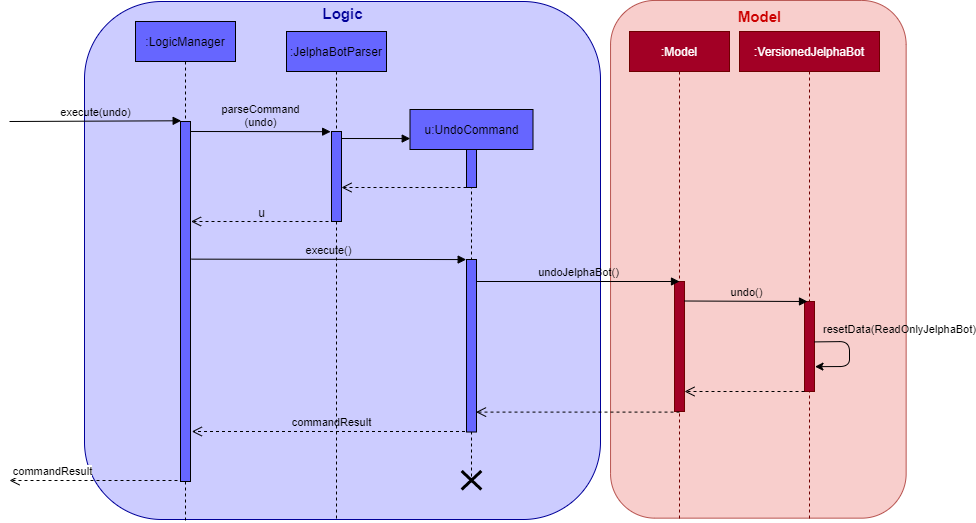
AY1920S2-CS2103-F09-2/main keeps this draw.io diagram as images/UndoSequenceDiagram.png. Above is the earlier version. Source tidied: cells renumbered, new cells last; positions are measured from the earlier drawing's top-left corner, leaving out a move shared by most shapes. Its diagram source:
```xml
<mxGraphModel background="#ffffff">
  <root>
    <mxCell id="0" />
    <mxCell id="1" parent="0" />
    <mxCell id="2" style="rounded=1;whiteSpace=wrap;html=1;shadow=0;fillColor=#CCCCFF;strokeColor=#000099;" parent="1" vertex="1">
      <mxGeometry x="75" width="516" height="518" as="geometry" />
    </mxCell>
    <mxCell id="3" style="rounded=1;whiteSpace=wrap;html=1;shadow=0;rotation=-90;fillColor=#f8cecc;strokeColor=#b85450;" parent="1" vertex="1">
      <mxGeometry x="490" y="110" width="517.7" height="295.6" as="geometry" />
    </mxCell>
    <mxCell id="4" value="execute(undo)" style="html=1;verticalAlign=bottom;endArrow=block;fillColor=#4D9900;entryX=0.067;entryY=-0.002;entryDx=0;entryDy=0;entryPerimeter=0;labelBackgroundColor=none;" parent="1" edge="1" target="23">
      <mxGeometry relative="1" as="geometry">
        <mxPoint y="120" as="sourcePoint" />
      </mxGeometry>
    </mxCell>
    <mxCell id="5" value="commandResult" style="html=1;verticalAlign=bottom;endArrow=open;dashed=1;endSize=8;fillColor=#4D9900;labelBackgroundColor=none;" parent="1" edge="1">
      <mxGeometry relative="1" as="geometry">
        <mxPoint x="461.5" y="430" as="sourcePoint" />
        <mxPoint x="182.3" y="430" as="targetPoint" />
      </mxGeometry>
    </mxCell>
    <mxCell id="6" value="&lt;font color=&quot;#000099&quot; size=&quot;1&quot;&gt;&lt;b style=&quot;font-size: 15px&quot;&gt;Logic&lt;/b&gt;&lt;/font&gt;" style="text;html=1;align=center;verticalAlign=middle;" parent="1" vertex="1">
      <mxGeometry x="303" y="2" width="60" height="20" as="geometry" />
    </mxCell>
    <mxCell id="7" value=":JelphaBotParser" style="shape=umlLifeline;perimeter=lifelinePerimeter;whiteSpace=wrap;html=1;shadow=0;fillColor=#6666FF;" parent="1" vertex="1">
      <mxGeometry x="277" y="30" width="100" height="488" as="geometry" />
    </mxCell>
    <mxCell id="8" style="html=1;verticalAlign=bottom;endArrow=block;fillColor=#4D9900;entryX=0.002;entryY=0.079;entryDx=0;entryDy=0;entryPerimeter=0;" parent="7" edge="1" target="11">
      <mxGeometry relative="1" as="geometry">
        <mxPoint x="54" y="107" as="sourcePoint" />
      </mxGeometry>
    </mxCell>
    <mxCell id="9" style="group;" parent="7" vertex="1">
      <mxGeometry x="45" y="100" width="10" height="90" as="geometry" />
    </mxCell>
    <mxCell id="10" style="html=1;points=[];perimeter=orthogonalPerimeter;shadow=0;fillColor=#6666FF;" parent="9" vertex="1">
      <mxGeometry width="10" height="90" as="geometry" />
    </mxCell>
    <mxCell id="11" value="u:UndoCommand" style="shape=umlLifeline;perimeter=lifelinePerimeter;whiteSpace=wrap;html=1;outlineConnect=0;shadow=0;fillColor=#6666FF;" parent="1" vertex="1">
      <mxGeometry x="400.5" y="108" width="123" height="368" as="geometry" />
    </mxCell>
    <mxCell id="12" value="parseCommand&lt;br&gt;(undo)" style="html=1;verticalAlign=bottom;endArrow=block;fillColor=#4D9900;entryX=-0.086;entryY=0.002;entryDx=0;entryDy=0;entryPerimeter=0;labelBackgroundColor=none;" parent="1" edge="1" target="10">
      <mxGeometry relative="1" as="geometry">
        <mxPoint x="181" y="130" as="sourcePoint" />
      </mxGeometry>
    </mxCell>
    <mxCell id="13" style="shape=umlDestroy;whiteSpace=wrap;html=1;strokeWidth=3;fillColor=#ffffff;" parent="1" vertex="1">
      <mxGeometry x="452.1" y="469.5" width="19.7" height="18.5" as="geometry" />
    </mxCell>
    <mxCell id="14" style="html=1;verticalAlign=bottom;endArrow=open;dashed=1;endSize=8;fillColor=#4D9900;labelBackgroundColor=none;" parent="1" edge="1">
      <mxGeometry relative="1" as="geometry">
        <mxPoint x="331" y="220" as="sourcePoint" />
        <mxPoint x="181.5" y="220" as="targetPoint" />
      </mxGeometry>
    </mxCell>
    <mxCell id="15" value="u" style="text;html=1;align=center;verticalAlign=middle;labelBackgroundColor=none;" parent="14" vertex="1">
      <mxGeometry x="0.07" y="-1" relative="1" as="geometry">
        <mxPoint y="-9" as="offset" />
      </mxGeometry>
    </mxCell>
    <mxCell id="16" value="execute()" style="html=1;verticalAlign=bottom;endArrow=block;fillColor=#4D9900;labelBackgroundColor=none;entryX=-0.032;entryY=0.412;entryDx=0;entryDy=0;entryPerimeter=0;" parent="1" edge="1">
      <mxGeometry relative="1" as="geometry">
        <mxPoint x="182" y="257.6" as="sourcePoint" />
        <mxPoint x="456.7" y="258.1" as="targetPoint" />
      </mxGeometry>
    </mxCell>
    <mxCell id="17" value="commandResult" style="html=1;verticalAlign=bottom;endArrow=open;dashed=1;endSize=8;fillColor=#4D9900;" parent="1" edge="1">
      <mxGeometry x="0.49" relative="1" as="geometry">
        <mxPoint x="168" y="479" as="sourcePoint" />
        <mxPoint y="479" as="targetPoint" />
      </mxGeometry>
    </mxCell>
    <mxCell id="18" value=":Model" style="shape=umlLifeline;perimeter=lifelinePerimeter;whiteSpace=wrap;html=1;shadow=0;fillColor=#a20025;strokeColor=#6F0000;fontColor=#ffffff;" parent="1" vertex="1">
      <mxGeometry x="620" y="30" width="100" height="488" as="geometry" />
    </mxCell>
    <mxCell id="19" style="html=1;perimeter=orthogonalPerimeter;shadow=0;fillColor=#a20025;strokeColor=#6F0000;fontColor=#ffffff;" parent="18" vertex="1">
      <mxGeometry x="45" y="250" width="10" height="130" as="geometry" />
    </mxCell>
    <mxCell id="20" style="html=1;verticalAlign=bottom;endArrow=open;dashed=1;endSize=8;fillColor=#4D9900;" parent="1" edge="1">
      <mxGeometry relative="1" as="geometry">
        <mxPoint x="457" y="186" as="sourcePoint" />
        <mxPoint x="332" y="186" as="targetPoint" />
      </mxGeometry>
    </mxCell>
    <mxCell id="21" value="&lt;font style=&quot;font-size: 20px&quot; color=&quot;#cc0000&quot;&gt;&lt;b style=&quot;font-size: 15px&quot;&gt;Model&lt;/b&gt;&lt;/font&gt;" style="text;html=1;align=center;verticalAlign=middle;" parent="1" vertex="1">
      <mxGeometry x="720" y="3" width="60" height="20" as="geometry" />
    </mxCell>
    <mxCell id="22" value=":LogicManager" style="shape=umlLifeline;perimeter=lifelinePerimeter;whiteSpace=wrap;html=1;shadow=0;fillColor=#6666FF;" parent="1" vertex="1">
      <mxGeometry x="126" y="20" width="100" height="500" as="geometry" />
    </mxCell>
    <mxCell id="23" style="html=1;points=[];perimeter=orthogonalPerimeter;shadow=0;fillColor=#6666FF;" parent="1" vertex="1">
      <mxGeometry x="171" y="120" width="10" height="360" as="geometry" />
    </mxCell>
    <mxCell id="24" style="group;" parent="1" vertex="1">
      <mxGeometry x="457" y="258" width="10" height="230" as="geometry" />
    </mxCell>
    <mxCell id="25" style="group;" parent="24" vertex="1">
      <mxGeometry width="10" height="172.5" as="geometry" />
    </mxCell>
    <mxCell id="26" value="&lt;span style=&quot;color: rgba(0 , 0 , 0 , 0) ; font-family: monospace ; font-size: 0px&quot;&gt;%3CmxGraphModel%3E%3Croot%3E%3CmxCell%20id%3D%220%22%2F%3E%3CmxCell%20id%3D%221%22%20parent%3D%220%22%2F%3E%3CmxCell%20id%3D%222%22%20value%3D%22%22%20style%3D%22shape%3DumlDestroy%3BwhiteSpace%3Dwrap%3Bhtml%3D1%3BstrokeWidth%3D3%3BfillColor%3D%23ffffff%3B%22%20vertex%3D%221%22%20parent%3D%221%22%3E%3CmxGeometry%20x%3D%22562%22%20y%3D%22420%22%20width%3D%2230%22%20height%3D%2230%22%20as%3D%22geometry%22%2F%3E%3C%2FmxCell%3E%3C%2Froot%3E%3C%2FmxGraphModel%3E&lt;/span&gt;" style="html=1;perimeter=orthogonalPerimeter;shadow=0;fillColor=#6666FF;" parent="25" vertex="1">
      <mxGeometry width="10" height="172.5" as="geometry" />
    </mxCell>
    <mxCell id="27" style="html=1;perimeter=orthogonalPerimeter;shadow=0;fillColor=#6666FF;" parent="1" vertex="1">
      <mxGeometry x="457" y="148" width="10" height="38" as="geometry" />
    </mxCell>
    <mxCell id="28" value="undoJelphaBot()" style="html=1;verticalAlign=bottom;endArrow=block;fillColor=#4D9900;labelBackgroundColor=none;" parent="1" edge="1">
      <mxGeometry relative="1" as="geometry">
        <mxPoint x="467" y="280" as="sourcePoint" />
        <mxPoint x="670" y="280" as="targetPoint" />
      </mxGeometry>
    </mxCell>
    <mxCell id="29" style="html=1;verticalAlign=bottom;endArrow=open;dashed=1;endSize=8;fillColor=#4D9900;" parent="1" edge="1">
      <mxGeometry relative="1" as="geometry">
        <mxPoint x="670" y="410.6" as="sourcePoint" />
        <mxPoint x="466.5" y="410.6" as="targetPoint" />
      </mxGeometry>
    </mxCell>
    <mxCell id="30" value=":VersionedJelphaBot" style="shape=umlLifeline;perimeter=lifelinePerimeter;whiteSpace=wrap;html=1;shadow=0;fillColor=#a20025;strokeColor=#6F0000;fontColor=#ffffff;" parent="1" vertex="1">
      <mxGeometry x="730" y="30" width="140" height="490" as="geometry" />
    </mxCell>
    <mxCell id="31" style="html=1;points=[];perimeter=orthogonalPerimeter;shadow=0;fillColor=#a20025;strokeColor=#6F0000;fontColor=#ffffff;" parent="30" vertex="1">
      <mxGeometry x="65" y="270" width="10" height="90" as="geometry" />
    </mxCell>
    <mxCell id="32" value="resetData(ReadOnlyJelphaBot)" style="endArrow=classic;html=1;labelBackgroundColor=none;exitX=0.997;exitY=0.449;exitDx=0;exitDy=0;exitPerimeter=0;entryX=1.05;entryY=0.724;entryDx=0;entryDy=0;entryPerimeter=0;" parent="30" edge="1" source="31" target="31">
      <mxGeometry x="-0.26" y="51" relative="1" as="geometry">
        <Array as="points">
          <mxPoint x="110" y="310" />
          <mxPoint x="110" y="335" />
        </Array>
        <mxPoint x="-1" y="-12" as="offset" />
      </mxGeometry>
    </mxCell>
    <mxCell id="33" value="undo()" style="html=1;verticalAlign=bottom;endArrow=block;fillColor=#4D9900;labelBackgroundColor=none;" parent="1" edge="1">
      <mxGeometry relative="1" as="geometry">
        <mxPoint x="675" y="299.5" as="sourcePoint" />
        <mxPoint x="798" y="300" as="targetPoint" />
      </mxGeometry>
    </mxCell>
    <mxCell id="34" style="html=1;verticalAlign=bottom;endArrow=open;dashed=1;endSize=8;fillColor=#4D9900;" parent="1" edge="1">
      <mxGeometry relative="1" as="geometry">
        <mxPoint x="795" y="390" as="sourcePoint" />
        <mxPoint x="675" y="390" as="targetPoint" />
      </mxGeometry>
    </mxCell>
  </root>
</mxGraphModel>
```
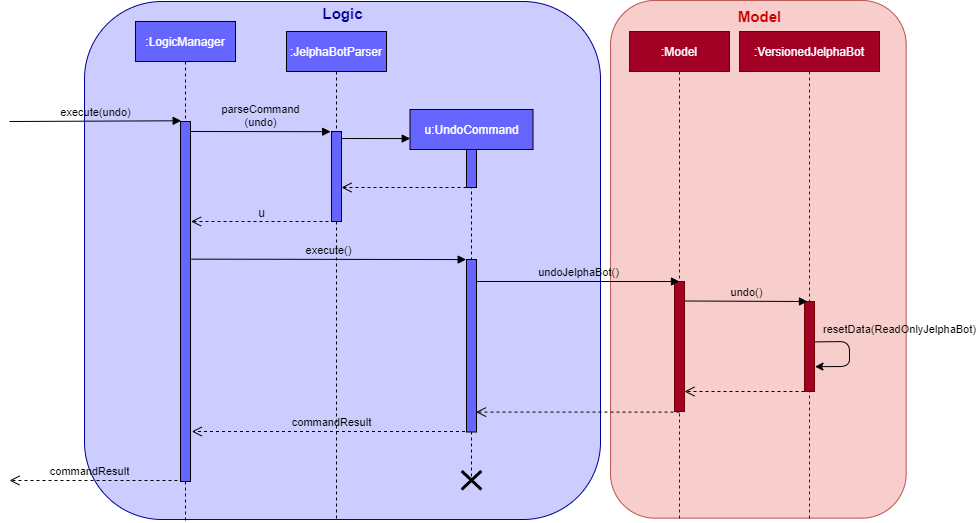
The same diagram one commit later.

What changed in the source:
```diff
@@ -22,7 +22,7 @@
     <mxCell id="6" value="&lt;font color=&quot;#000099&quot; size=&quot;1&quot;&gt;&lt;b style=&quot;font-size: 15px&quot;&gt;Logic&lt;/b&gt;&lt;/font&gt;" style="text;html=1;align=center;verticalAlign=middle;" parent="1" vertex="1">
       <mxGeometry x="303" y="2" width="60" height="20" as="geometry" />
     </mxCell>
-    <mxCell id="7" value=":JelphaBotParser" style="shape=umlLifeline;perimeter=lifelinePerimeter;whiteSpace=wrap;html=1;shadow=0;fillColor=#6666FF;" parent="1" vertex="1">
+    <mxCell id="7" value="&lt;font color=&quot;#ffffff&quot;&gt;:JelphaBotParser&lt;/font&gt;" style="shape=umlLifeline;perimeter=lifelinePerimeter;whiteSpace=wrap;html=1;shadow=0;fillColor=#6666FF;" parent="1" vertex="1">
       <mxGeometry x="277" y="30" width="100" height="488" as="geometry" />
     </mxCell>
     <mxCell id="8" style="html=1;verticalAlign=bottom;endArrow=block;fillColor=#4D9900;entryX=0.002;entryY=0.079;entryDx=0;entryDy=0;entryPerimeter=0;" parent="7" edge="1" target="11">
@@ -36,7 +36,7 @@
     <mxCell id="10" style="html=1;points=[];perimeter=orthogonalPerimeter;shadow=0;fillColor=#6666FF;" parent="9" vertex="1">
       <mxGeometry width="10" height="90" as="geometry" />
     </mxCell>
-    <mxCell id="11" value="u:UndoCommand" style="shape=umlLifeline;perimeter=lifelinePerimeter;whiteSpace=wrap;html=1;outlineConnect=0;shadow=0;fillColor=#6666FF;" parent="1" vertex="1">
+    <mxCell id="11" value="&lt;font color=&quot;#ffffff&quot;&gt;u:UndoCommand&lt;/font&gt;" style="shape=umlLifeline;perimeter=lifelinePerimeter;whiteSpace=wrap;html=1;outlineConnect=0;shadow=0;fillColor=#6666FF;" parent="1" vertex="1">
       <mxGeometry x="400.5" y="108" width="123" height="368" as="geometry" />
     </mxCell>
     <mxCell id="12" value="parseCommand&lt;br&gt;(undo)" style="html=1;verticalAlign=bottom;endArrow=block;fillColor=#4D9900;entryX=-0.086;entryY=0.002;entryDx=0;entryDy=0;entryPerimeter=0;labelBackgroundColor=none;" parent="1" edge="1" target="10">
@@ -64,8 +64,8 @@
         <mxPoint x="456.7" y="258.1" as="targetPoint" />
       </mxGeometry>
     </mxCell>
-    <mxCell id="17" value="commandResult" style="html=1;verticalAlign=bottom;endArrow=open;dashed=1;endSize=8;fillColor=#4D9900;" parent="1" edge="1">
-      <mxGeometry x="0.49" relative="1" as="geometry">
+    <mxCell id="17" value="commandResult" style="html=1;verticalAlign=bottom;endArrow=open;dashed=1;endSize=8;fillColor=#4D9900;labelBackgroundColor=none;" parent="1" edge="1">
+      <mxGeometry x="0.05" relative="1" as="geometry">
         <mxPoint x="168" y="479" as="sourcePoint" />
         <mxPoint y="479" as="targetPoint" />
       </mxGeometry>
@@ -85,7 +85,7 @@
     <mxCell id="21" value="&lt;font style=&quot;font-size: 20px&quot; color=&quot;#cc0000&quot;&gt;&lt;b style=&quot;font-size: 15px&quot;&gt;Model&lt;/b&gt;&lt;/font&gt;" style="text;html=1;align=center;verticalAlign=middle;" parent="1" vertex="1">
       <mxGeometry x="720" y="3" width="60" height="20" as="geometry" />
     </mxCell>
-    <mxCell id="22" value=":LogicManager" style="shape=umlLifeline;perimeter=lifelinePerimeter;whiteSpace=wrap;html=1;shadow=0;fillColor=#6666FF;" parent="1" vertex="1">
+    <mxCell id="22" value="&lt;font color=&quot;#ffffff&quot;&gt;:LogicManager&lt;/font&gt;" style="shape=umlLifeline;perimeter=lifelinePerimeter;whiteSpace=wrap;html=1;shadow=0;fillColor=#6666FF;" parent="1" vertex="1">
       <mxGeometry x="126" y="20" width="100" height="500" as="geometry" />
     </mxCell>
     <mxCell id="23" style="html=1;points=[];perimeter=orthogonalPerimeter;shadow=0;fillColor=#6666FF;" parent="1" vertex="1">
```
